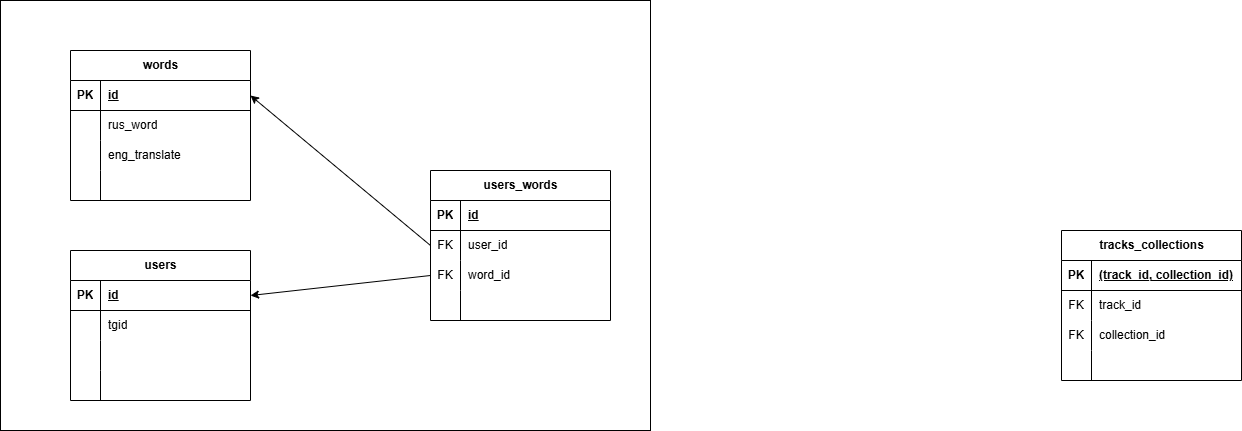
This is TeacherBot.png from DeminaSD/eng_bot, a draw.io export, as it was before one commit. Source tidied: cells renumbered, new cells last; positions are measured from the earlier drawing's top-left corner, leaving out a move shared by most shapes. Its diagram source:
```xml
<mxGraphModel>
  <root>
    <mxCell id="0" />
    <mxCell id="1" parent="0" />
    <mxCell id="2" style="rounded=0;whiteSpace=wrap;html=1;" parent="1" vertex="1">
      <mxGeometry width="650" height="430" as="geometry" />
    </mxCell>
    <mxCell id="3" value="words" style="shape=table;startSize=30;rowLines=0;fontStyle=1;align=center;html=1;" parent="1" vertex="1">
      <mxGeometry x="70" y="50" width="180" height="150" as="geometry" />
    </mxCell>
    <mxCell id="4" style="shape=tableRow;horizontal=0;startSize=0;swimlaneHead=0;swimlaneBody=0;fillColor=none;points=[[0,0.5],[1,0.5]];portConstraint=eastwest;top=0;left=0;right=0;bottom=1;" parent="3" vertex="1">
      <mxGeometry y="30" width="180" height="30" as="geometry" />
    </mxCell>
    <mxCell id="5" value="PK" style="shape=partialRectangle;fillColor=none;top=0;left=0;bottom=0;right=0;fontStyle=1;overflow=hidden;whiteSpace=wrap;html=1;" parent="4" vertex="1">
      <mxGeometry width="30" height="30" as="geometry" />
    </mxCell>
    <mxCell id="6" value="id" style="shape=partialRectangle;fillColor=none;top=0;left=0;bottom=0;right=0;align=left;spacingLeft=6;fontStyle=5;overflow=hidden;whiteSpace=wrap;html=1;" parent="4" vertex="1">
      <mxGeometry x="30" width="150" height="30" as="geometry" />
    </mxCell>
    <mxCell id="7" style="shape=tableRow;horizontal=0;startSize=0;swimlaneHead=0;swimlaneBody=0;fillColor=none;top=0;left=0;right=0;bottom=0;" parent="3" vertex="1">
      <mxGeometry y="60" width="180" height="30" as="geometry" />
    </mxCell>
    <mxCell id="8" style="shape=partialRectangle;fillColor=none;top=0;left=0;bottom=0;right=0;overflow=hidden;whiteSpace=wrap;html=1;" parent="7" vertex="1">
      <mxGeometry width="30" height="30" as="geometry" />
    </mxCell>
    <mxCell id="9" value="rus_word" style="shape=partialRectangle;fillColor=none;top=0;left=0;bottom=0;right=0;align=left;spacingLeft=6;overflow=hidden;whiteSpace=wrap;html=1;" parent="7" vertex="1">
      <mxGeometry x="30" width="150" height="30" as="geometry" />
    </mxCell>
    <mxCell id="10" style="shape=tableRow;horizontal=0;startSize=0;swimlaneHead=0;swimlaneBody=0;fillColor=none;top=0;left=0;right=0;bottom=0;" parent="3" vertex="1">
      <mxGeometry y="90" width="180" height="30" as="geometry" />
    </mxCell>
    <mxCell id="11" style="shape=partialRectangle;fillColor=none;top=0;left=0;bottom=0;right=0;overflow=hidden;whiteSpace=wrap;html=1;" parent="10" vertex="1">
      <mxGeometry width="30" height="30" as="geometry" />
    </mxCell>
    <mxCell id="12" value="eng_translate" style="shape=partialRectangle;fillColor=none;top=0;left=0;bottom=0;right=0;align=left;spacingLeft=6;overflow=hidden;whiteSpace=wrap;html=1;" parent="10" vertex="1">
      <mxGeometry x="30" width="150" height="30" as="geometry" />
    </mxCell>
    <mxCell id="13" style="shape=tableRow;horizontal=0;startSize=0;swimlaneHead=0;swimlaneBody=0;fillColor=none;top=0;left=0;right=0;bottom=0;" parent="3" vertex="1">
      <mxGeometry y="120" width="180" height="30" as="geometry" />
    </mxCell>
    <mxCell id="14" style="shape=partialRectangle;fillColor=none;top=0;left=0;bottom=0;right=0;overflow=hidden;whiteSpace=wrap;html=1;" parent="13" vertex="1">
      <mxGeometry width="30" height="30" as="geometry" />
    </mxCell>
    <mxCell id="15" style="shape=partialRectangle;fillColor=none;top=0;left=0;bottom=0;right=0;align=left;spacingLeft=6;overflow=hidden;whiteSpace=wrap;html=1;" parent="13" vertex="1">
      <mxGeometry x="30" width="150" height="30" as="geometry" />
    </mxCell>
    <mxCell id="16" value="tracks_collections" style="shape=table;startSize=30;rowLines=0;fontStyle=1;align=center;html=1;" parent="1" vertex="1">
      <mxGeometry x="1061" y="230" width="180" height="150" as="geometry" />
    </mxCell>
    <mxCell id="17" style="shape=tableRow;horizontal=0;startSize=0;swimlaneHead=0;swimlaneBody=0;fillColor=none;top=0;left=0;right=0;bottom=1;" parent="16" vertex="1">
      <mxGeometry y="30" width="180" height="30" as="geometry" />
    </mxCell>
    <mxCell id="18" value="PK" style="shape=partialRectangle;fillColor=none;top=0;left=0;bottom=0;right=0;fontStyle=1;overflow=hidden;whiteSpace=wrap;html=1;" parent="17" vertex="1">
      <mxGeometry width="30" height="30" as="geometry" />
    </mxCell>
    <mxCell id="19" value="(track_id, collection_id)" style="shape=partialRectangle;fillColor=none;top=0;left=0;bottom=0;right=0;align=left;spacingLeft=6;fontStyle=5;overflow=hidden;whiteSpace=wrap;html=1;" parent="17" vertex="1">
      <mxGeometry x="30" width="150" height="30" as="geometry" />
    </mxCell>
    <mxCell id="20" style="shape=tableRow;horizontal=0;startSize=0;swimlaneHead=0;swimlaneBody=0;fillColor=none;top=0;left=0;right=0;bottom=0;" parent="16" vertex="1">
      <mxGeometry y="60" width="180" height="30" as="geometry" />
    </mxCell>
    <mxCell id="21" value="FK" style="shape=partialRectangle;fillColor=none;top=0;left=0;bottom=0;right=0;overflow=hidden;whiteSpace=wrap;html=1;" parent="20" vertex="1">
      <mxGeometry width="30" height="30" as="geometry" />
    </mxCell>
    <mxCell id="22" value="track_id" style="shape=partialRectangle;fillColor=none;top=0;left=0;bottom=0;right=0;align=left;spacingLeft=6;overflow=hidden;whiteSpace=wrap;html=1;" parent="20" vertex="1">
      <mxGeometry x="30" width="150" height="30" as="geometry" />
    </mxCell>
    <mxCell id="23" style="shape=tableRow;horizontal=0;startSize=0;swimlaneHead=0;swimlaneBody=0;fillColor=none;top=0;left=0;right=0;bottom=0;" parent="16" vertex="1">
      <mxGeometry y="90" width="180" height="30" as="geometry" />
    </mxCell>
    <mxCell id="24" value="FK" style="shape=partialRectangle;fillColor=none;top=0;left=0;bottom=0;right=0;overflow=hidden;whiteSpace=wrap;html=1;" parent="23" vertex="1">
      <mxGeometry width="30" height="30" as="geometry" />
    </mxCell>
    <mxCell id="25" value="collection_id" style="shape=partialRectangle;fillColor=none;top=0;left=0;bottom=0;right=0;align=left;spacingLeft=6;overflow=hidden;whiteSpace=wrap;html=1;" parent="23" vertex="1">
      <mxGeometry x="30" width="150" height="30" as="geometry" />
    </mxCell>
    <mxCell id="26" style="shape=tableRow;horizontal=0;startSize=0;swimlaneHead=0;swimlaneBody=0;fillColor=none;top=0;left=0;right=0;bottom=0;" parent="16" vertex="1">
      <mxGeometry y="120" width="180" height="30" as="geometry" />
    </mxCell>
    <mxCell id="27" style="shape=partialRectangle;fillColor=none;top=0;left=0;bottom=0;right=0;overflow=hidden;whiteSpace=wrap;html=1;" parent="26" vertex="1">
      <mxGeometry width="30" height="30" as="geometry" />
    </mxCell>
    <mxCell id="28" style="shape=partialRectangle;fillColor=none;top=0;left=0;bottom=0;right=0;align=left;spacingLeft=6;overflow=hidden;whiteSpace=wrap;html=1;" parent="26" vertex="1">
      <mxGeometry x="30" width="150" height="30" as="geometry" />
    </mxCell>
    <mxCell id="29" value="users" style="shape=table;startSize=30;rowLines=0;fontStyle=1;align=center;html=1;" parent="1" vertex="1">
      <mxGeometry x="70" y="250" width="180" height="150" as="geometry" />
    </mxCell>
    <mxCell id="30" style="shape=tableRow;horizontal=0;startSize=0;swimlaneHead=0;swimlaneBody=0;fillColor=none;points=[[0,0.5],[1,0.5]];portConstraint=eastwest;top=0;left=0;right=0;bottom=1;" parent="29" vertex="1">
      <mxGeometry y="30" width="180" height="30" as="geometry" />
    </mxCell>
    <mxCell id="31" value="PK" style="shape=partialRectangle;fillColor=none;top=0;left=0;bottom=0;right=0;fontStyle=1;overflow=hidden;whiteSpace=wrap;html=1;" parent="30" vertex="1">
      <mxGeometry width="30" height="30" as="geometry" />
    </mxCell>
    <mxCell id="32" value="id" style="shape=partialRectangle;fillColor=none;top=0;left=0;bottom=0;right=0;align=left;spacingLeft=6;fontStyle=5;overflow=hidden;whiteSpace=wrap;html=1;" parent="30" vertex="1">
      <mxGeometry x="30" width="150" height="30" as="geometry" />
    </mxCell>
    <mxCell id="33" style="shape=tableRow;horizontal=0;startSize=0;swimlaneHead=0;swimlaneBody=0;fillColor=none;top=0;left=0;right=0;bottom=0;" parent="29" vertex="1">
      <mxGeometry y="60" width="180" height="30" as="geometry" />
    </mxCell>
    <mxCell id="34" style="shape=partialRectangle;fillColor=none;top=0;left=0;bottom=0;right=0;overflow=hidden;whiteSpace=wrap;html=1;" parent="33" vertex="1">
      <mxGeometry width="30" height="30" as="geometry" />
    </mxCell>
    <mxCell id="35" value="tgid" style="shape=partialRectangle;fillColor=none;top=0;left=0;bottom=0;right=0;align=left;spacingLeft=6;overflow=hidden;whiteSpace=wrap;html=1;" parent="33" vertex="1">
      <mxGeometry x="30" width="150" height="30" as="geometry" />
    </mxCell>
    <mxCell id="36" style="shape=tableRow;horizontal=0;startSize=0;swimlaneHead=0;swimlaneBody=0;fillColor=none;top=0;left=0;right=0;bottom=0;" parent="29" vertex="1">
      <mxGeometry y="90" width="180" height="30" as="geometry" />
    </mxCell>
    <mxCell id="37" style="shape=partialRectangle;fillColor=none;top=0;left=0;bottom=0;right=0;overflow=hidden;whiteSpace=wrap;html=1;" parent="36" vertex="1">
      <mxGeometry width="30" height="30" as="geometry" />
    </mxCell>
    <mxCell id="38" style="shape=partialRectangle;fillColor=none;top=0;left=0;bottom=0;right=0;align=left;spacingLeft=6;overflow=hidden;whiteSpace=wrap;html=1;" parent="36" vertex="1">
      <mxGeometry x="30" width="150" height="30" as="geometry" />
    </mxCell>
    <mxCell id="39" style="shape=tableRow;horizontal=0;startSize=0;swimlaneHead=0;swimlaneBody=0;fillColor=none;top=0;left=0;right=0;bottom=0;" parent="29" vertex="1">
      <mxGeometry y="120" width="180" height="30" as="geometry" />
    </mxCell>
    <mxCell id="40" style="shape=partialRectangle;fillColor=none;top=0;left=0;bottom=0;right=0;overflow=hidden;whiteSpace=wrap;html=1;" parent="39" vertex="1">
      <mxGeometry width="30" height="30" as="geometry" />
    </mxCell>
    <mxCell id="41" style="shape=partialRectangle;fillColor=none;top=0;left=0;bottom=0;right=0;align=left;spacingLeft=6;overflow=hidden;whiteSpace=wrap;html=1;" parent="39" vertex="1">
      <mxGeometry x="30" width="150" height="30" as="geometry" />
    </mxCell>
    <mxCell id="42" value="users_words" style="shape=table;startSize=30;rowLines=0;fontStyle=1;align=center;html=1;" parent="1" vertex="1">
      <mxGeometry x="430" y="170" width="180" height="150" as="geometry" />
    </mxCell>
    <mxCell id="43" style="shape=tableRow;horizontal=0;startSize=0;swimlaneHead=0;swimlaneBody=0;fillColor=none;top=0;left=0;right=0;bottom=1;" parent="42" vertex="1">
      <mxGeometry y="30" width="180" height="30" as="geometry" />
    </mxCell>
    <mxCell id="44" value="PK" style="shape=partialRectangle;fillColor=none;top=0;left=0;bottom=0;right=0;fontStyle=1;overflow=hidden;whiteSpace=wrap;html=1;" parent="43" vertex="1">
      <mxGeometry width="30" height="30" as="geometry" />
    </mxCell>
    <mxCell id="45" value="id" style="shape=partialRectangle;fillColor=none;top=0;left=0;bottom=0;right=0;align=left;spacingLeft=6;fontStyle=5;overflow=hidden;whiteSpace=wrap;html=1;" parent="43" vertex="1">
      <mxGeometry x="30" width="150" height="30" as="geometry" />
    </mxCell>
    <mxCell id="46" style="shape=tableRow;horizontal=0;startSize=0;swimlaneHead=0;swimlaneBody=0;fillColor=none;points=[[0,0.5],[1,0.5]];portConstraint=eastwest;top=0;left=0;right=0;bottom=0;" parent="42" vertex="1">
      <mxGeometry y="60" width="180" height="30" as="geometry" />
    </mxCell>
    <mxCell id="47" value="FK" style="shape=partialRectangle;fillColor=none;top=0;left=0;bottom=0;right=0;overflow=hidden;whiteSpace=wrap;html=1;" parent="46" vertex="1">
      <mxGeometry width="30" height="30" as="geometry" />
    </mxCell>
    <mxCell id="48" value="user_id" style="shape=partialRectangle;fillColor=none;top=0;left=0;bottom=0;right=0;align=left;spacingLeft=6;overflow=hidden;whiteSpace=wrap;html=1;" parent="46" vertex="1">
      <mxGeometry x="30" width="150" height="30" as="geometry" />
    </mxCell>
    <mxCell id="49" style="shape=tableRow;horizontal=0;startSize=0;swimlaneHead=0;swimlaneBody=0;fillColor=none;points=[[0,0.5],[1,0.5]];portConstraint=eastwest;top=0;left=0;right=0;bottom=0;" parent="42" vertex="1">
      <mxGeometry y="90" width="180" height="30" as="geometry" />
    </mxCell>
    <mxCell id="50" value="FK" style="shape=partialRectangle;fillColor=none;top=0;left=0;bottom=0;right=0;overflow=hidden;whiteSpace=wrap;html=1;" parent="49" vertex="1">
      <mxGeometry width="30" height="30" as="geometry" />
    </mxCell>
    <mxCell id="51" value="word_id" style="shape=partialRectangle;fillColor=none;top=0;left=0;bottom=0;right=0;align=left;spacingLeft=6;overflow=hidden;whiteSpace=wrap;html=1;" parent="49" vertex="1">
      <mxGeometry x="30" width="150" height="30" as="geometry" />
    </mxCell>
    <mxCell id="52" style="shape=tableRow;horizontal=0;startSize=0;swimlaneHead=0;swimlaneBody=0;fillColor=none;top=0;left=0;right=0;bottom=0;" parent="42" vertex="1">
      <mxGeometry y="120" width="180" height="30" as="geometry" />
    </mxCell>
    <mxCell id="53" style="shape=partialRectangle;fillColor=none;top=0;left=0;bottom=0;right=0;overflow=hidden;whiteSpace=wrap;html=1;" parent="52" vertex="1">
      <mxGeometry width="30" height="30" as="geometry" />
    </mxCell>
    <mxCell id="54" style="shape=partialRectangle;fillColor=none;top=0;left=0;bottom=0;right=0;align=left;spacingLeft=6;overflow=hidden;whiteSpace=wrap;html=1;" parent="52" vertex="1">
      <mxGeometry x="30" width="150" height="30" as="geometry" />
    </mxCell>
    <mxCell id="55" style="endArrow=classic;html=1;rounded=0;exitX=0;exitY=0.5;exitDx=0;exitDy=0;entryX=1;entryY=0.5;entryDx=0;entryDy=0;" parent="1" edge="1" source="46" target="4">
      <mxGeometry relative="1" as="geometry" />
    </mxCell>
    <mxCell id="56" style="endArrow=classic;html=1;rounded=0;exitX=0;exitY=0.5;exitDx=0;exitDy=0;entryX=1;entryY=0.5;entryDx=0;entryDy=0;" parent="1" edge="1" source="49" target="30">
      <mxGeometry relative="1" as="geometry" />
    </mxCell>
  </root>
</mxGraphModel>
```
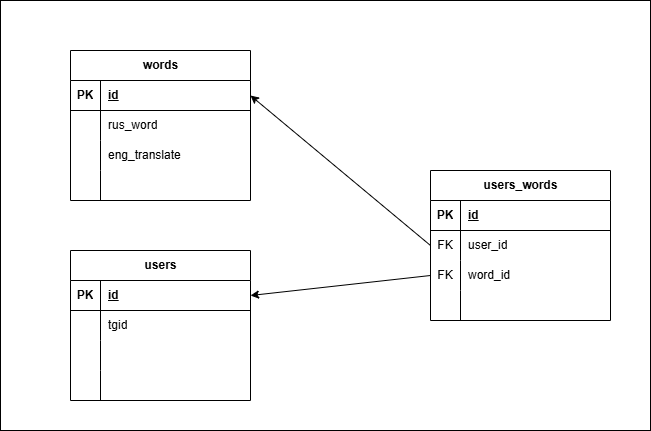
After the change.

Commit message:
correct db schema

Diff of the diagram source:
```diff
@@ -44,45 +44,6 @@
     <mxCell id="15" style="shape=partialRectangle;fillColor=none;top=0;left=0;bottom=0;right=0;align=left;spacingLeft=6;overflow=hidden;whiteSpace=wrap;html=1;" parent="13" vertex="1">
       <mxGeometry x="30" width="150" height="30" as="geometry" />
     </mxCell>
-    <mxCell id="16" value="tracks_collections" style="shape=table;startSize=30;rowLines=0;fontStyle=1;align=center;html=1;" parent="1" vertex="1">
-      <mxGeometry x="1061" y="230" width="180" height="150" as="geometry" />
-    </mxCell>
-    <mxCell id="17" style="shape=tableRow;horizontal=0;startSize=0;swimlaneHead=0;swimlaneBody=0;fillColor=none;top=0;left=0;right=0;bottom=1;" parent="16" vertex="1">
-      <mxGeometry y="30" width="180" height="30" as="geometry" />
-    </mxCell>
-    <mxCell id="18" value="PK" style="shape=partialRectangle;fillColor=none;top=0;left=0;bottom=0;right=0;fontStyle=1;overflow=hidden;whiteSpace=wrap;html=1;" parent="17" vertex="1">
-      <mxGeometry width="30" height="30" as="geometry" />
-    </mxCell>
-    <mxCell id="19" value="(track_id, collection_id)" style="shape=partialRectangle;fillColor=none;top=0;left=0;bottom=0;right=0;align=left;spacingLeft=6;fontStyle=5;overflow=hidden;whiteSpace=wrap;html=1;" parent="17" vertex="1">
-      <mxGeometry x="30" width="150" height="30" as="geometry" />
-    </mxCell>
-    <mxCell id="20" style="shape=tableRow;horizontal=0;startSize=0;swimlaneHead=0;swimlaneBody=0;fillColor=none;top=0;left=0;right=0;bottom=0;" parent="16" vertex="1">
-      <mxGeometry y="60" width="180" height="30" as="geometry" />
-    </mxCell>
-    <mxCell id="21" value="FK" style="shape=partialRectangle;fillColor=none;top=0;left=0;bottom=0;right=0;overflow=hidden;whiteSpace=wrap;html=1;" parent="20" vertex="1">
-      <mxGeometry width="30" height="30" as="geometry" />
-    </mxCell>
-    <mxCell id="22" value="track_id" style="shape=partialRectangle;fillColor=none;top=0;left=0;bottom=0;right=0;align=left;spacingLeft=6;overflow=hidden;whiteSpace=wrap;html=1;" parent="20" vertex="1">
-      <mxGeometry x="30" width="150" height="30" as="geometry" />
-    </mxCell>
-    <mxCell id="23" style="shape=tableRow;horizontal=0;startSize=0;swimlaneHead=0;swimlaneBody=0;fillColor=none;top=0;left=0;right=0;bottom=0;" parent="16" vertex="1">
-      <mxGeometry y="90" width="180" height="30" as="geometry" />
-    </mxCell>
-    <mxCell id="24" value="FK" style="shape=partialRectangle;fillColor=none;top=0;left=0;bottom=0;right=0;overflow=hidden;whiteSpace=wrap;html=1;" parent="23" vertex="1">
-      <mxGeometry width="30" height="30" as="geometry" />
-    </mxCell>
-    <mxCell id="25" value="collection_id" style="shape=partialRectangle;fillColor=none;top=0;left=0;bottom=0;right=0;align=left;spacingLeft=6;overflow=hidden;whiteSpace=wrap;html=1;" parent="23" vertex="1">
-      <mxGeometry x="30" width="150" height="30" as="geometry" />
-    </mxCell>
-    <mxCell id="26" style="shape=tableRow;horizontal=0;startSize=0;swimlaneHead=0;swimlaneBody=0;fillColor=none;top=0;left=0;right=0;bottom=0;" parent="16" vertex="1">
-      <mxGeometry y="120" width="180" height="30" as="geometry" />
-    </mxCell>
-    <mxCell id="27" style="shape=partialRectangle;fillColor=none;top=0;left=0;bottom=0;right=0;overflow=hidden;whiteSpace=wrap;html=1;" parent="26" vertex="1">
-      <mxGeometry width="30" height="30" as="geometry" />
-    </mxCell>
-    <mxCell id="28" style="shape=partialRectangle;fillColor=none;top=0;left=0;bottom=0;right=0;align=left;spacingLeft=6;overflow=hidden;whiteSpace=wrap;html=1;" parent="26" vertex="1">
-      <mxGeometry x="30" width="150" height="30" as="geometry" />
-    </mxCell>
     <mxCell id="29" value="users" style="shape=table;startSize=30;rowLines=0;fontStyle=1;align=center;html=1;" parent="1" vertex="1">
       <mxGeometry x="70" y="250" width="180" height="150" as="geometry" />
     </mxCell>
```
